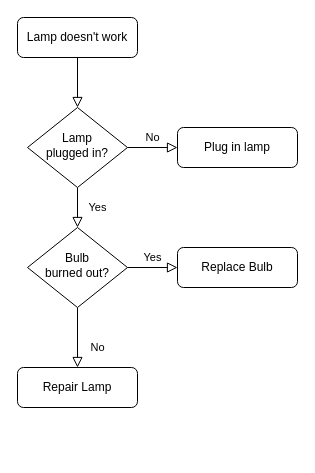
The draw.io diagram CobrosBcoProdu.drawio in dmateoval/Diagramas, before the edit. Source tidied: cells renumbered, new cells numbered last; positions are measured from the earlier drawing's top-left corner, leaving out a move shared by most shapes. Both pictures are drawn from the tidied source at 100%, with x=0, y=0 at pixel (17, 17).
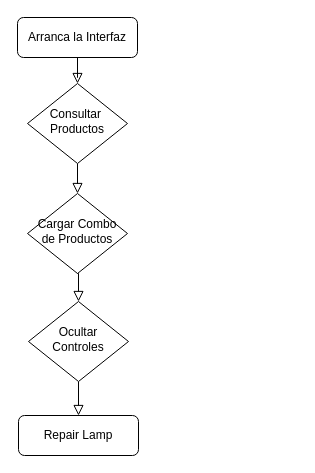
The same diagram, later.

Diff of the diagram source:
```diff
@@
 <mxGraphModel>
   <root>
     <mxCell id="0" />
     <mxCell id="1" parent="0" />
     <mxCell id="2" style="rounded=0;html=1;jettySize=auto;fontSize=11;endArrow=block;endFill=0;endSize=8;strokeWidth=1;shadow=0;labelBackgroundColor=none;edgeStyle=orthogonalEdgeStyle;" parent="1" edge="1" source="3" target="6">
       <mxGeometry relative="1" as="geometry" />
     </mxCell>
-    <mxCell id="3" value="Lamp doesn't work" style="rounded=1;whiteSpace=wrap;html=1;fontSize=12;glass=0;strokeWidth=1;shadow=0;" parent="1" vertex="1">
+    <mxCell id="3" value="Arranca la Interfaz" style="rounded=1;whiteSpace=wrap;html=1;fontSize=12;glass=0;strokeWidth=1;shadow=0;" parent="1" vertex="1">
       <mxGeometry width="120" height="40" as="geometry" />
     </mxCell>
-    <mxCell id="4" value="Yes" style="rounded=0;html=1;jettySize=auto;fontSize=11;endArrow=block;endFill=0;endSize=8;strokeWidth=1;shadow=0;labelBackgroundColor=none;edgeStyle=orthogonalEdgeStyle;" parent="1" edge="1" source="6" target="10">
+    <mxCell id="4" style="rounded=0;html=1;jettySize=auto;fontSize=11;endArrow=block;endFill=0;endSize=8;strokeWidth=1;shadow=0;labelBackgroundColor=none;edgeStyle=orthogonalEdgeStyle;" parent="1" edge="1" source="6" target="10">
       <mxGeometry y="20" relative="1" as="geometry" />
     </mxCell>
-    <mxCell id="5" value="No" style="edgeStyle=orthogonalEdgeStyle;rounded=0;html=1;jettySize=auto;fontSize=11;endArrow=block;endFill=0;endSize=8;strokeWidth=1;shadow=0;labelBackgroundColor=none;" parent="1" edge="1" source="6" target="7">
-      <mxGeometry y="10" relative="1" as="geometry" />
-    </mxCell>
-    <mxCell id="6" value="Lamp&lt;br&gt;plugged in?" style="rhombus;whiteSpace=wrap;html=1;shadow=0;fontFamily=Helvetica;fontSize=12;align=center;strokeWidth=1;spacing=6;spacingTop=-4;" parent="1" vertex="1">
-      <mxGeometry x="10" y="90" width="100" height="80" as="geometry" />
+    <mxCell id="6" value="Consultar&amp;nbsp;&lt;div&gt;Productos&lt;/div&gt;" style="rhombus;whiteSpace=wrap;html=1;shadow=0;fontFamily=Helvetica;fontSize=12;align=center;strokeWidth=1;spacing=6;spacingTop=-4;" parent="1" vertex="1">
+      <mxGeometry x="10" y="66" width="100" height="80" as="geometry" />
     </mxCell>
-    <mxCell id="7" value="Plug in lamp" style="rounded=1;whiteSpace=wrap;html=1;fontSize=12;glass=0;strokeWidth=1;shadow=0;" parent="1" vertex="1">
-      <mxGeometry x="160" y="110" width="120" height="40" as="geometry" />
-    </mxCell>
-    <mxCell id="8" value="No" style="rounded=0;html=1;jettySize=auto;fontSize=11;endArrow=block;endFill=0;endSize=8;strokeWidth=1;shadow=0;labelBackgroundColor=none;edgeStyle=orthogonalEdgeStyle;" parent="1" edge="1" source="10" target="11">
+    <mxCell id="8" style="rounded=0;html=1;jettySize=auto;fontSize=11;endArrow=block;endFill=0;endSize=8;strokeWidth=1;shadow=0;labelBackgroundColor=none;edgeStyle=orthogonalEdgeStyle;exitX=0.5;exitY=1;exitDx=0;exitDy=0;" parent="1" edge="1" source="13" target="11">
       <mxGeometry x="0.33" y="20" relative="1" as="geometry" />
     </mxCell>
-    <mxCell id="9" value="Yes" style="edgeStyle=orthogonalEdgeStyle;rounded=0;html=1;jettySize=auto;fontSize=11;endArrow=block;endFill=0;endSize=8;strokeWidth=1;shadow=0;labelBackgroundColor=none;" parent="1" edge="1" source="10" target="12">
-      <mxGeometry y="10" relative="1" as="geometry" />
-    </mxCell>
-    <mxCell id="10" value="Bulb&lt;br&gt;burned out?" style="rhombus;whiteSpace=wrap;html=1;shadow=0;fontFamily=Helvetica;fontSize=12;align=center;strokeWidth=1;spacing=6;spacingTop=-4;" parent="1" vertex="1">
-      <mxGeometry x="10" y="210" width="100" height="80" as="geometry" />
+    <mxCell id="10" value="Cargar Combo de Productos" style="rhombus;whiteSpace=wrap;html=1;shadow=0;fontFamily=Helvetica;fontSize=12;align=center;strokeWidth=1;spacing=6;spacingTop=-4;" parent="1" vertex="1">
+      <mxGeometry x="10" y="176" width="100" height="80" as="geometry" />
     </mxCell>
     <mxCell id="11" value="Repair Lamp" style="rounded=1;whiteSpace=wrap;html=1;fontSize=12;glass=0;strokeWidth=1;shadow=0;" parent="1" vertex="1">
-      <mxGeometry y="350" width="120" height="40" as="geometry" />
+      <mxGeometry x="1" y="398" width="120" height="40" as="geometry" />
     </mxCell>
-    <mxCell id="12" value="Replace Bulb" style="rounded=1;whiteSpace=wrap;html=1;fontSize=12;glass=0;strokeWidth=1;shadow=0;" parent="1" vertex="1">
-      <mxGeometry x="160" y="230" width="120" height="40" as="geometry" />
-    </mxCell>
+    <mxCell id="13" value="Ocultar Controles" style="rhombus;whiteSpace=wrap;html=1;shadow=0;fontFamily=Helvetica;fontSize=12;align=center;strokeWidth=1;spacing=6;spacingTop=-4;" parent="1" vertex="1">
+      <mxGeometry x="11" y="284" width="100" height="80" as="geometry" />
+    </mxCell>
+    <mxCell id="14" style="edgeStyle=segmentEdgeStyle;endArrow=block;html=1;curved=0;rounded=0;endSize=8;startSize=8;exitX=0.5;exitY=1;exitDx=0;exitDy=0;entryX=0.5;entryY=0;entryDx=0;entryDy=0;endFill=0;" parent="1" edge="1" source="10" target="13">
+      <mxGeometry relative="1" as="geometry" />
+    </mxCell>
   </root>
 </mxGraphModel>
```
